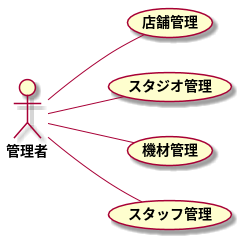
Earlier version of the PlantUML export modeling/04_BusinessUsecase_設備管理/BusinessUsecase.png (TakashiOnawa/ddd-practice-studio-reservation).
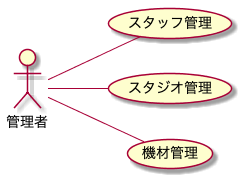
Above is the later version.

Diff of the diagram source:
```diff
@@ -4,9 +4,8 @@
 
 actor 管理者
 
-管理者 -- (店舗管理)
+管理者 -- (スタッフ管理)
 管理者 -- (スタジオ管理)
 管理者 -- (機材管理)
-管理者 -- (スタッフ管理)
 
 @enduml
```
